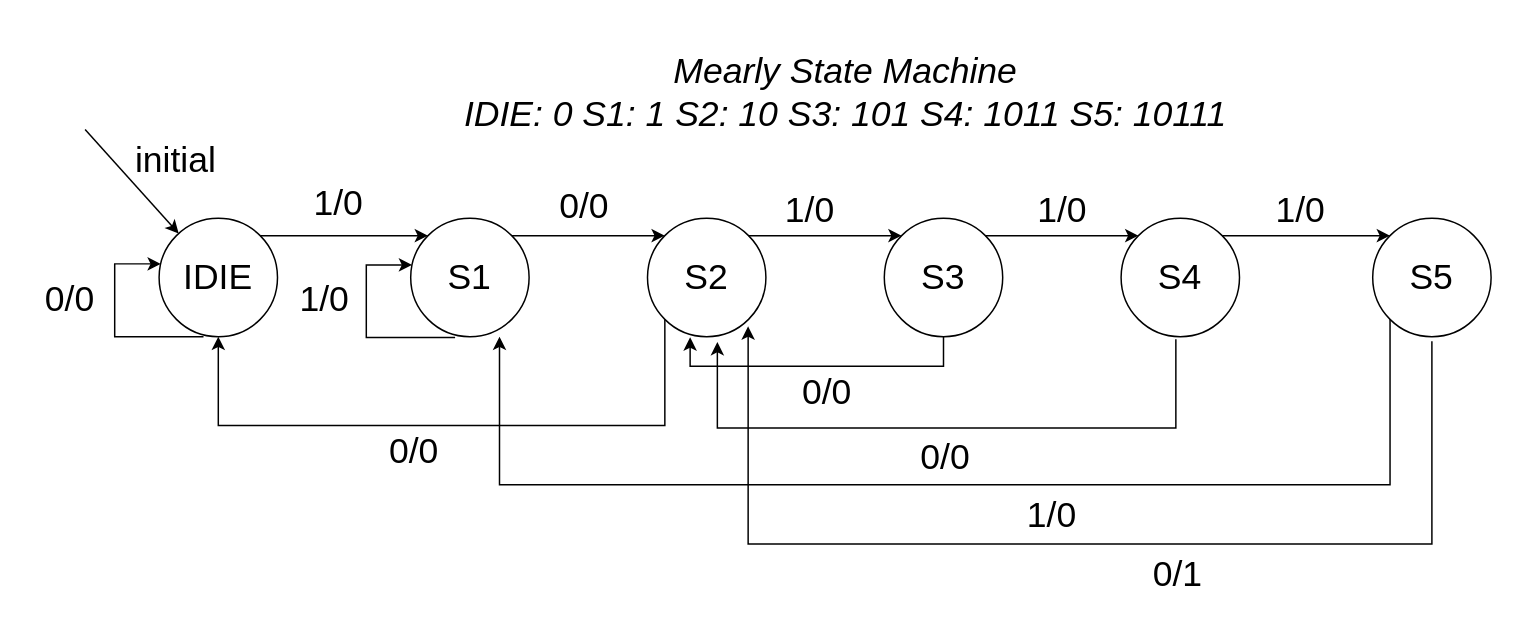
The draw.io diagram page "Mearly State Machine" (1 of 3) of Lab2/images/Lab2_images.drawio in 1102131860/ECE6276, before the edit. Source tidied: cells renumbered, new cells numbered last; positions are measured from the earlier drawing's top-left corner, leaving out a move shared by most shapes. Both pictures are drawn from the tidied source at 148%, with x=0, y=0 at pixel (25, 25).
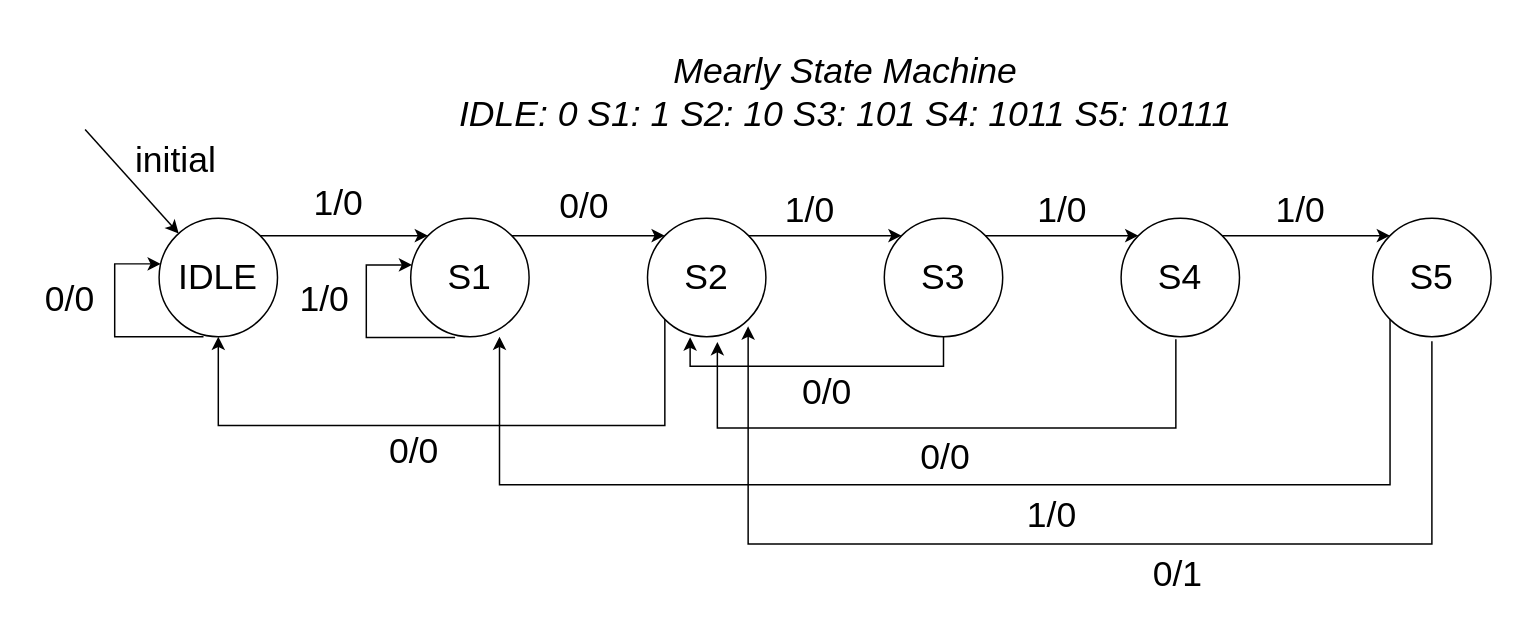
The same page after the edit.

Diff of the diagram source:
```diff
@@
-    <mxCell id="2" value="IDIE" style="ellipse;whiteSpace=wrap;html=1;fontSize=24;" parent="1" vertex="1">
+    <mxCell id="2" value="IDLE" style="ellipse;whiteSpace=wrap;html=1;fontSize=24;" parent="1" vertex="1">
       <mxGeometry x="90" y="130" width="80" height="80" as="geometry" />
     </mxCell>
@@
-    <mxCell id="6" value="&lt;i&gt;&lt;font style=&quot;font-size: 24px;&quot;&gt;Mearly State Machine&lt;br&gt;IDIE: 0 S1: 1&amp;nbsp;&lt;/font&gt;&lt;span style=&quot;font-size: 24px; background-color: transparent; color: light-dark(rgb(0, 0, 0), rgb(255, 255, 255));&quot;&gt;S2: 10&amp;nbsp;&lt;/span&gt;&lt;span style=&quot;font-size: 24px; background-color: transparent; color: light-dark(rgb(0, 0, 0), rgb(255, 255, 255));&quot;&gt;S3: 101&amp;nbsp;&lt;/span&gt;&lt;/i&gt;&lt;i style=&quot;font-size: 24px; background-color: transparent; color: light-dark(rgb(0, 0, 0), rgb(255, 255, 255));&quot;&gt;S4: 1011 S5: 10111&lt;/i&gt;" style="text;html=1;align=center;verticalAlign=middle;whiteSpace=wrap;rounded=0;" parent="1" vertex="1">
+    <mxCell id="6" value="&lt;i&gt;&lt;font style=&quot;font-size: 24px;&quot;&gt;Mearly State Machine&lt;br&gt;IDLE: 0 S1: 1&amp;nbsp;&lt;/font&gt;&lt;span style=&quot;font-size: 24px; background-color: transparent; color: light-dark(rgb(0, 0, 0), rgb(255, 255, 255));&quot;&gt;S2: 10&amp;nbsp;&lt;/span&gt;&lt;span style=&quot;font-size: 24px; background-color: transparent; color: light-dark(rgb(0, 0, 0), rgb(255, 255, 255));&quot;&gt;S3: 101&amp;nbsp;&lt;/span&gt;&lt;/i&gt;&lt;i style=&quot;font-size: 24px; background-color: transparent; color: light-dark(rgb(0, 0, 0), rgb(255, 255, 255));&quot;&gt;S4: 1011 S5: 10111&lt;/i&gt;" style="text;html=1;align=center;verticalAlign=middle;whiteSpace=wrap;rounded=0;" parent="1" vertex="1">
       <mxGeometry x="266" width="576" height="90" as="geometry" />
     </mxCell>
```
